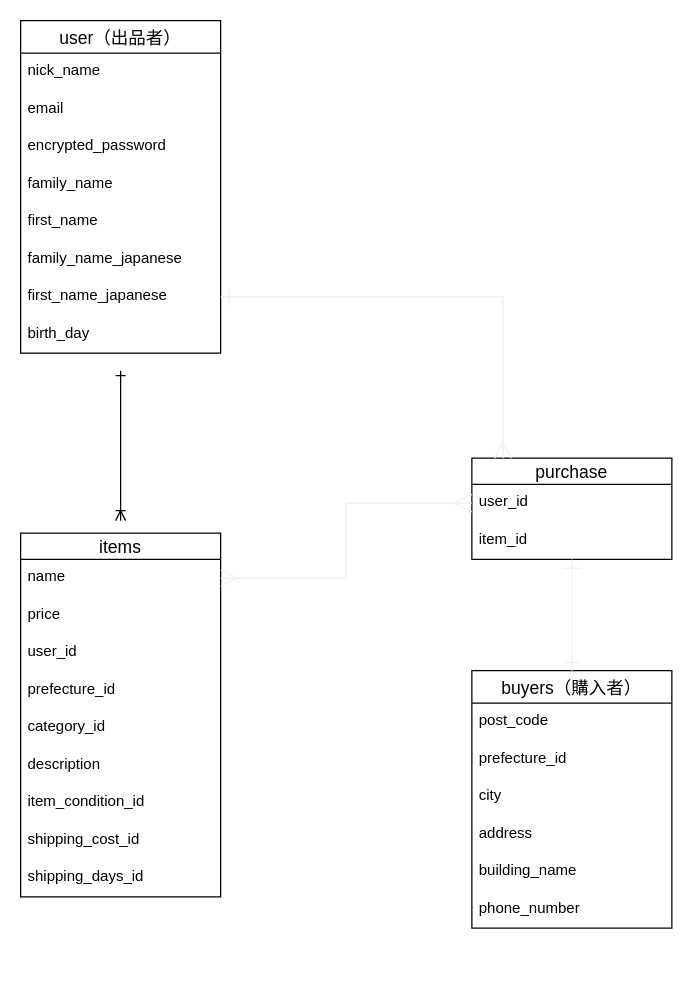
Earlier version of the draw.io diagram test.dio (InuiRyoutaro/furima-34280). Source tidied: cells renumbered, new cells numbered last; positions are measured from the earlier drawing's top-left corner, leaving out a move shared by most shapes. Both pictures are drawn from the tidied source at 125%, with x=0, y=0 at pixel (20, 20).
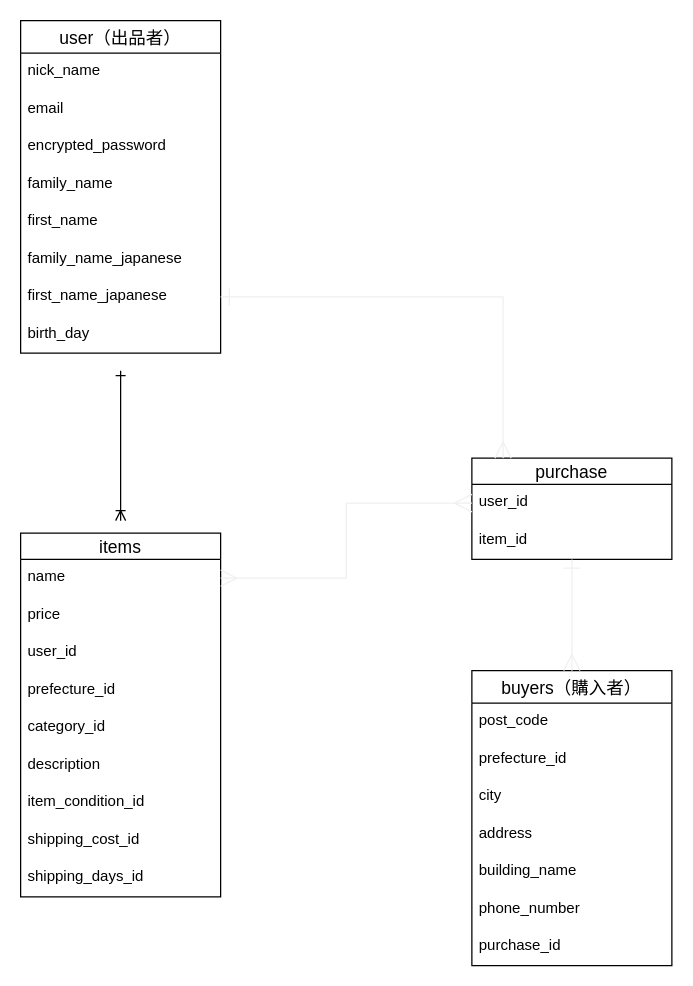
After the change.

Commit message (it also covers changes not shown here):
ER図及びREADME5回目の修正

Unchanged cells that the change refers to:
```xml
<mxCell id="29" value="purchase" style="swimlane;fontStyle=0;horizontal=1;startSize=21;align=center;fontSize=14;" parent="1" vertex="1">
  <mxGeometry x="361" y="350" width="160" height="81" as="geometry" />
</mxCell>
```

Change to the diagram source:
```diff
@@
     <mxCell id="22" value="buyers（購入者）" style="swimlane;fontStyle=0;horizontal=1;startSize=26;align=center;fontSize=14;" parent="1" vertex="1">
-      <mxGeometry x="361" y="520" width="160" height="206" as="geometry" />
+      <mxGeometry x="361" y="520" width="160" height="236" as="geometry" />
     </mxCell>
@@
+    <mxCell id="36" value="purchase_id " style="text;strokeColor=none;fillColor=none;spacingLeft=4;spacingRight=4;overflow=hidden;fontSize=12;" parent="22" vertex="1">
+      <mxGeometry y="206" width="160" height="30" as="geometry" />
+    </mxCell>
@@
-    <mxCell id="34" style="edgeStyle=orthogonalEdgeStyle;rounded=0;jettySize=auto;html=1;entryX=0.5;entryY=0;entryDx=0;entryDy=0;startArrow=ERone;startFill=0;startSize=12;endArrow=ERone;endFill=0;endSize=11;strokeColor=#f0f0f0;exitX=0.5;exitY=1;exitDx=0;exitDy=0;" parent="1" edge="1" source="29" target="22">
+    <mxCell id="34" style="edgeStyle=orthogonalEdgeStyle;rounded=0;jettySize=auto;html=1;entryX=0.5;entryY=0;entryDx=0;entryDy=0;startArrow=ERone;startFill=0;startSize=12;endArrow=ERmany;endFill=0;endSize=11;strokeColor=#f0f0f0;exitX=0.5;exitY=1;exitDx=0;exitDy=0;" parent="1" edge="1" source="29" target="22">
       <mxGeometry relative="1" as="geometry" />
     </mxCell>
```
